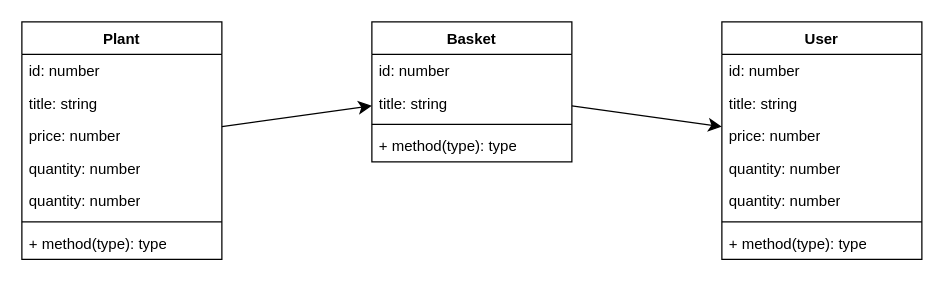
Before: plantiplanta.drawio in Jeremy-Cloarec/planti-planta, a draw.io diagram. Source tidied: cells renumbered, new cells numbered last; positions are measured from the earlier drawing's top-left corner, leaving out a move shared by most shapes. Both pictures are drawn from the tidied source at 125%, with x=0, y=0 at pixel (21, 21).
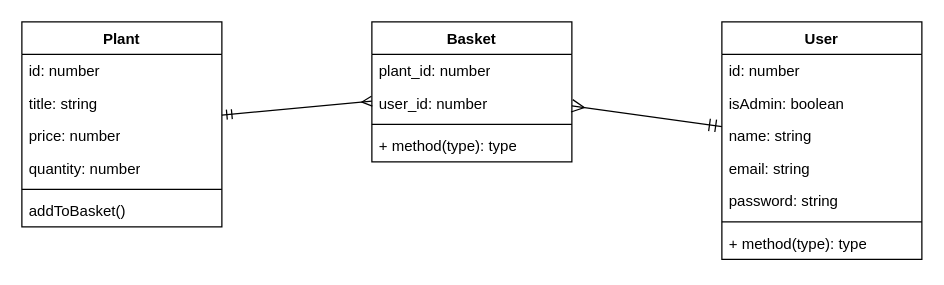
The same page after the edit.

The change refers to these unchanged cells:
```xml
<mxCell id="12" value="Basket" style="swimlane;fontStyle=1;align=center;verticalAlign=top;horizontal=1;startSize=26;whiteSpace=wrap;html=1;" parent="1" vertex="1">
  <mxGeometry x="280" width="160" height="112" as="geometry" />
</mxCell>
<mxCell id="17" value="User" style="swimlane;fontStyle=1;align=center;verticalAlign=top;horizontal=1;startSize=26;whiteSpace=wrap;html=1;" parent="1" vertex="1">
  <mxGeometry x="560" width="160" height="190" as="geometry" />
</mxCell>
```

The edit, as a diff of the source:
```diff
@@
-    <mxCell id="2" style="edgeStyle=none;curved=1;rounded=0;jettySize=auto;html=1;fontSize=12;startSize=8;endSize=8;" parent="1" edge="1" source="3" target="12">
+    <mxCell id="2" style="edgeStyle=none;curved=1;rounded=0;jettySize=auto;html=1;fontSize=12;endArrow=ERmany;endFill=0;startArrow=ERmandOne;startFill=0;" parent="1" edge="1" source="3" target="12">
       <mxGeometry relative="1" as="geometry" />
     </mxCell>
     <mxCell id="3" value="Plant&lt;div&gt;&lt;br&gt;&lt;/div&gt;" style="swimlane;fontStyle=1;align=center;verticalAlign=top;horizontal=1;startSize=26;whiteSpace=wrap;html=1;" parent="1" vertex="1">
-      <mxGeometry width="160" height="190" as="geometry" />
+      <mxGeometry width="160" height="164" as="geometry" />
     </mxCell>
@@
-    <mxCell id="7" value="quantity: number&lt;div&gt;&lt;br&gt;&lt;/div&gt;" style="text;strokeColor=none;fillColor=none;align=left;verticalAlign=top;spacingLeft=4;spacingRight=4;overflow=hidden;whiteSpace=wrap;html=1;" parent="3" vertex="1">
-      <mxGeometry y="104" width="160" height="26" as="geometry" />
-    </mxCell>
     <mxCell id="8" value="quantity: number&lt;div&gt;&lt;br&gt;&lt;/div&gt;" style="text;strokeColor=none;fillColor=none;align=left;verticalAlign=top;spacingLeft=4;spacingRight=4;overflow=hidden;whiteSpace=wrap;html=1;" parent="3" vertex="1">
-      <mxGeometry y="130" width="160" height="26" as="geometry" />
+      <mxGeometry y="104" width="160" height="26" as="geometry" />
     </mxCell>
     <mxCell id="9" style="line;strokeWidth=1;fillColor=none;align=left;verticalAlign=middle;spacingTop=-1;spacingLeft=3;spacingRight=3;labelPosition=right;strokeColor=inherit;" parent="3" vertex="1">
-      <mxGeometry y="156" width="160" height="8" as="geometry" />
+      <mxGeometry y="130" width="160" height="8" as="geometry" />
     </mxCell>
-    <mxCell id="10" value="+ method(type): type" style="text;strokeColor=none;fillColor=none;align=left;verticalAlign=top;spacingLeft=4;spacingRight=4;overflow=hidden;whiteSpace=wrap;html=1;" parent="3" vertex="1">
-      <mxGeometry y="164" width="160" height="26" as="geometry" />
+    <mxCell id="10" value="addToBasket()" style="text;strokeColor=none;fillColor=none;align=left;verticalAlign=top;spacingLeft=4;spacingRight=4;overflow=hidden;whiteSpace=wrap;html=1;" parent="3" vertex="1">
+      <mxGeometry y="138" width="160" height="26" as="geometry" />
     </mxCell>
-    <mxCell id="11" style="edgeStyle=none;curved=1;rounded=0;jettySize=auto;html=1;fontSize=12;startSize=8;endSize=8;" parent="1" edge="1" source="12" target="17">
+    <mxCell id="11" style="edgeStyle=none;curved=1;rounded=0;jettySize=auto;html=1;fontSize=12;startSize=8;endSize=8;endArrow=ERmandOne;endFill=0;startArrow=ERmany;startFill=0;" parent="1" edge="1" source="12" target="17">
       <mxGeometry relative="1" as="geometry" />
     </mxCell>
@@
-    <mxCell id="13" value="id: number&lt;div&gt;&lt;br&gt;&lt;/div&gt;" style="text;strokeColor=none;fillColor=none;align=left;verticalAlign=top;spacingLeft=4;spacingRight=4;overflow=hidden;whiteSpace=wrap;html=1;" parent="12" vertex="1">
-      <mxGeometry y="26" width="160" height="26" as="geometry" />
-    </mxCell>
-    <mxCell id="14" value="title: string&lt;div&gt;&lt;br&gt;&lt;/div&gt;" style="text;strokeColor=none;fillColor=none;align=left;verticalAlign=top;spacingLeft=4;spacingRight=4;overflow=hidden;whiteSpace=wrap;html=1;" parent="12" vertex="1">
-      <mxGeometry y="52" width="160" height="26" as="geometry" />
+    <mxCell id="14" value="plant_id: number&lt;div&gt;&lt;br&gt;&lt;/div&gt;" style="text;strokeColor=none;fillColor=none;align=left;verticalAlign=top;spacingLeft=4;spacingRight=4;overflow=hidden;whiteSpace=wrap;html=1;" parent="12" vertex="1">
+      <mxGeometry y="26" width="160" height="26" as="geometry" />
     </mxCell>
+    <mxCell id="25" value="user_id: number&lt;div&gt;&lt;br&gt;&lt;/div&gt;" style="text;strokeColor=none;fillColor=none;align=left;verticalAlign=top;spacingLeft=4;spacingRight=4;overflow=hidden;whiteSpace=wrap;html=1;" parent="12" vertex="1">
+      <mxGeometry y="52" width="160" height="26" as="geometry" />
+    </mxCell>
@@
-    <mxCell id="19" value="title: string&lt;div&gt;&lt;br&gt;&lt;/div&gt;" style="text;strokeColor=none;fillColor=none;align=left;verticalAlign=top;spacingLeft=4;spacingRight=4;overflow=hidden;whiteSpace=wrap;html=1;" parent="17" vertex="1">
+    <mxCell id="19" value="isAdmin: boolean&lt;div&gt;&lt;br&gt;&lt;/div&gt;" style="text;strokeColor=none;fillColor=none;align=left;verticalAlign=top;spacingLeft=4;spacingRight=4;overflow=hidden;whiteSpace=wrap;html=1;" parent="17" vertex="1">
       <mxGeometry y="52" width="160" height="26" as="geometry" />
     </mxCell>
-    <mxCell id="20" value="price: number&lt;div&gt;&lt;br&gt;&lt;/div&gt;" style="text;strokeColor=none;fillColor=none;align=left;verticalAlign=top;spacingLeft=4;spacingRight=4;overflow=hidden;whiteSpace=wrap;html=1;" parent="17" vertex="1">
+    <mxCell id="20" value="name: string" style="text;strokeColor=none;fillColor=none;align=left;verticalAlign=top;spacingLeft=4;spacingRight=4;overflow=hidden;whiteSpace=wrap;html=1;" parent="17" vertex="1">
       <mxGeometry y="78" width="160" height="26" as="geometry" />
     </mxCell>
-    <mxCell id="21" value="quantity: number&lt;div&gt;&lt;br&gt;&lt;/div&gt;" style="text;strokeColor=none;fillColor=none;align=left;verticalAlign=top;spacingLeft=4;spacingRight=4;overflow=hidden;whiteSpace=wrap;html=1;" parent="17" vertex="1">
+    <mxCell id="21" value="email: string&lt;div&gt;&lt;br&gt;&lt;/div&gt;" style="text;strokeColor=none;fillColor=none;align=left;verticalAlign=top;spacingLeft=4;spacingRight=4;overflow=hidden;whiteSpace=wrap;html=1;" parent="17" vertex="1">
       <mxGeometry y="104" width="160" height="26" as="geometry" />
     </mxCell>
-    <mxCell id="22" value="quantity: number&lt;div&gt;&lt;br&gt;&lt;/div&gt;" style="text;strokeColor=none;fillColor=none;align=left;verticalAlign=top;spacingLeft=4;spacingRight=4;overflow=hidden;whiteSpace=wrap;html=1;" parent="17" vertex="1">
+    <mxCell id="22" value="password: string&lt;div&gt;&lt;br&gt;&lt;/div&gt;" style="text;strokeColor=none;fillColor=none;align=left;verticalAlign=top;spacingLeft=4;spacingRight=4;overflow=hidden;whiteSpace=wrap;html=1;" parent="17" vertex="1">
       <mxGeometry y="130" width="160" height="26" as="geometry" />
     </mxCell>
```
